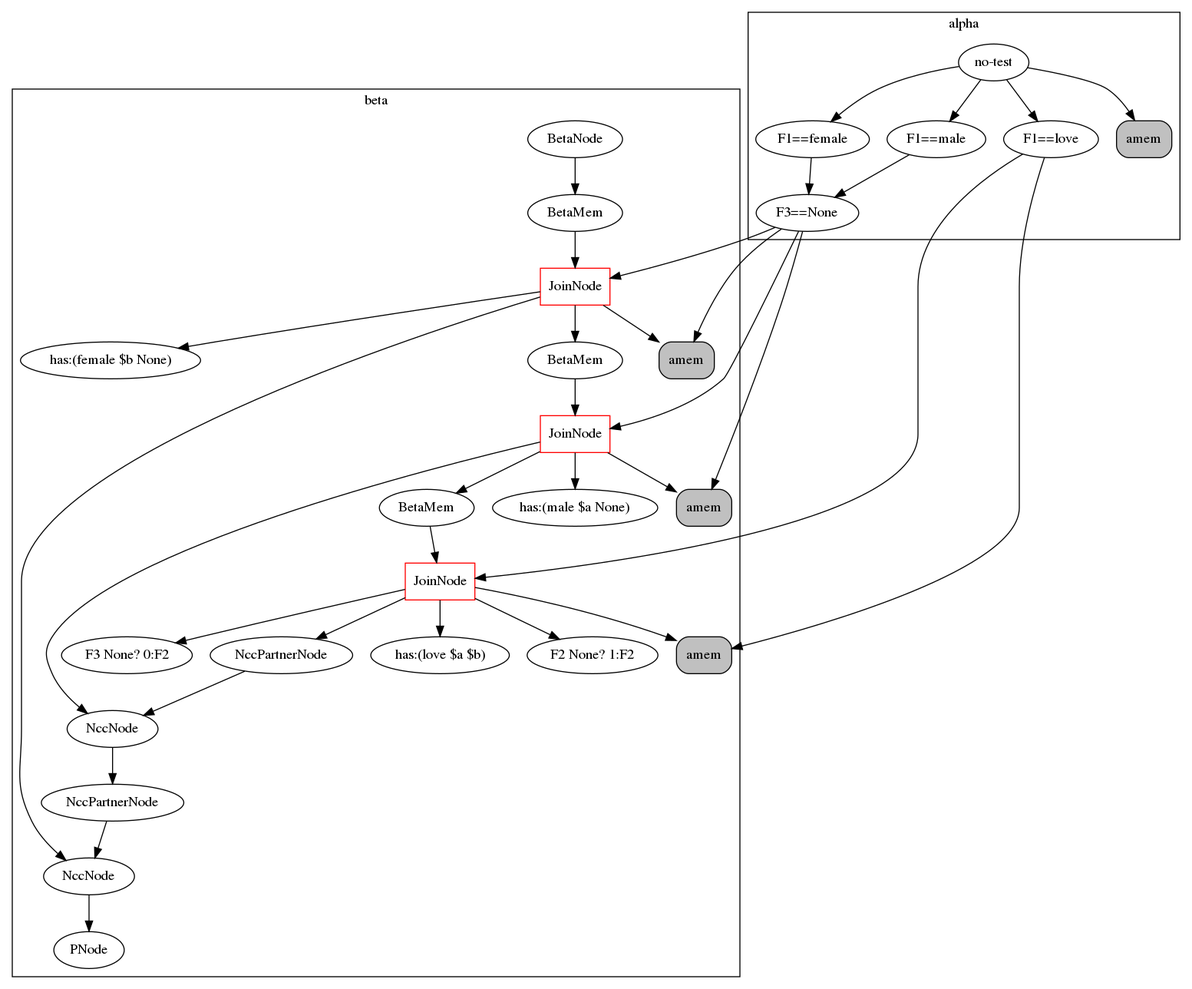
This is rete.png from Cybernetic1/GIRL, a Graphviz export, as it was before one commit. Its source is kept beside it as rete.dot. Its diagram source:
```dot
digraph {
	subgraph cluster_1 {
	label = beta
	"BetaNode 140283015437224" [label="BetaNode"];
	"BetaNode 140283015437224" -> "BetaMemory 140283015568016";
	"BetaMemory 140283015568016" [label="BetaMem"];
	"BetaMemory 140283015568016" -> "JoinNode 140283015568296";
	"JoinNode 140283015568296" [shape=box, color=red, label="JoinNode"];
	"JoinNode 140283015568296" -> "amem:<rete.alpha.AlphaMemory object at 0x7f962f4f9b70>"
	"JoinNode 140283015568296" -> "has:(female $b None)"
	"JoinNode 140283015568296" -> "BetaMemory 140283015568408";
	"BetaMemory 140283015568408" [label="BetaMem"];
	"BetaMemory 140283015568408" -> "JoinNode 140283015568632";
	"JoinNode 140283015568632" [shape=box, color=red, label="JoinNode"];
	"JoinNode 140283015568632" -> "amem:<rete.alpha.AlphaMemory object at 0x7f962f4f9cc0>"
	"JoinNode 140283015568632" -> "has:(male $a None)"
	"JoinNode 140283015568632" -> "BetaMemory 140283015568744";
	"BetaMemory 140283015568744" [label="BetaMem"];
	"BetaMemory 140283015568744" -> "JoinNode 140283015569024";
	"JoinNode 140283015569024" [shape=box, color=red, label="JoinNode"];
	"JoinNode 140283015569024" -> "amem:<rete.alpha.AlphaMemory object at 0x7f962f4f9dd8>"
	"JoinNode 140283015569024" -> "has:(love $a $b)"
	"JoinNode 140283015569024" -> "F2 None? 1:F2"
	"JoinNode 140283015569024" -> "F3 None? 0:F2"
	"JoinNode 140283015569024" -> "<rete.ncc_node.NccPartnerNode object at 0x7f962f4f9eb8>";
	"<rete.ncc_node.NccPartnerNode object at 0x7f962f4f9eb8>" [label="NccPartnerNode"];
	"<rete.ncc_node.NccPartnerNode object at 0x7f962f4f9eb8>" -> "<rete.ncc_node.NccNode object at 0x7f962f4f9d30>";
	"JoinNode 140283015568632" -> "<rete.ncc_node.NccNode object at 0x7f962f4f9d30>";
	"<rete.ncc_node.NccNode object at 0x7f962f4f9d30>" [label="NccNode"];
	"<rete.ncc_node.NccNode object at 0x7f962f4f9d30>" -> "<rete.ncc_node.NccPartnerNode object at 0x7f962f4f9ef0>";
	"<rete.ncc_node.NccPartnerNode object at 0x7f962f4f9ef0>" [label="NccPartnerNode"];
	"<rete.ncc_node.NccPartnerNode object at 0x7f962f4f9ef0>" -> "<rete.ncc_node.NccNode object at 0x7f962f4f9be0>";
	"JoinNode 140283015568296" -> "<rete.ncc_node.NccNode object at 0x7f962f4f9be0>";
	"<rete.ncc_node.NccNode object at 0x7f962f4f9be0>" [label="NccNode"];
	"<rete.ncc_node.NccNode object at 0x7f962f4f9be0>" -> "PNode 140283015567960";
	"PNode 140283015567960" [label="PNode"];
	}
	subgraph cluster_0 {
	label = alpha
	"no-test" -> "F1==female";
	"F1==female" -> "F3==None";
	"F3==None" -> "amem:<rete.alpha.AlphaMemory object at 0x7f962f4f9b70>";
	"amem:<rete.alpha.AlphaMemory object at 0x7f962f4f9b70>" [shape=box, style="rounded,filled", label="amem", fillcolor=gray];
	"no-test" -> "F1==male";
	"F1==male" -> "F3==None";
	"F3==None" -> "amem:<rete.alpha.AlphaMemory object at 0x7f962f4f9cc0>";
	"amem:<rete.alpha.AlphaMemory object at 0x7f962f4f9cc0>" [shape=box, style="rounded,filled", label="amem", fillcolor=gray];
	"no-test" -> "F1==love";
	"F1==love" -> "amem:<rete.alpha.AlphaMemory object at 0x7f962f4f9dd8>";
	"amem:<rete.alpha.AlphaMemory object at 0x7f962f4f9dd8>" [shape=box, style="rounded,filled", label="amem", fillcolor=gray];
	"no-test" -> "amem:<rete.alpha.AlphaMemory object at 0x7f962f4d9908>";
	"amem:<rete.alpha.AlphaMemory object at 0x7f962f4d9908>" [shape=box, style="rounded,filled", label="amem", fillcolor=gray];
	}
	"F3==None" -> "JoinNode 140283015568296";
	"F3==None" -> "JoinNode 140283015568632";
	"F1==love" -> "JoinNode 140283015569024";
}
```
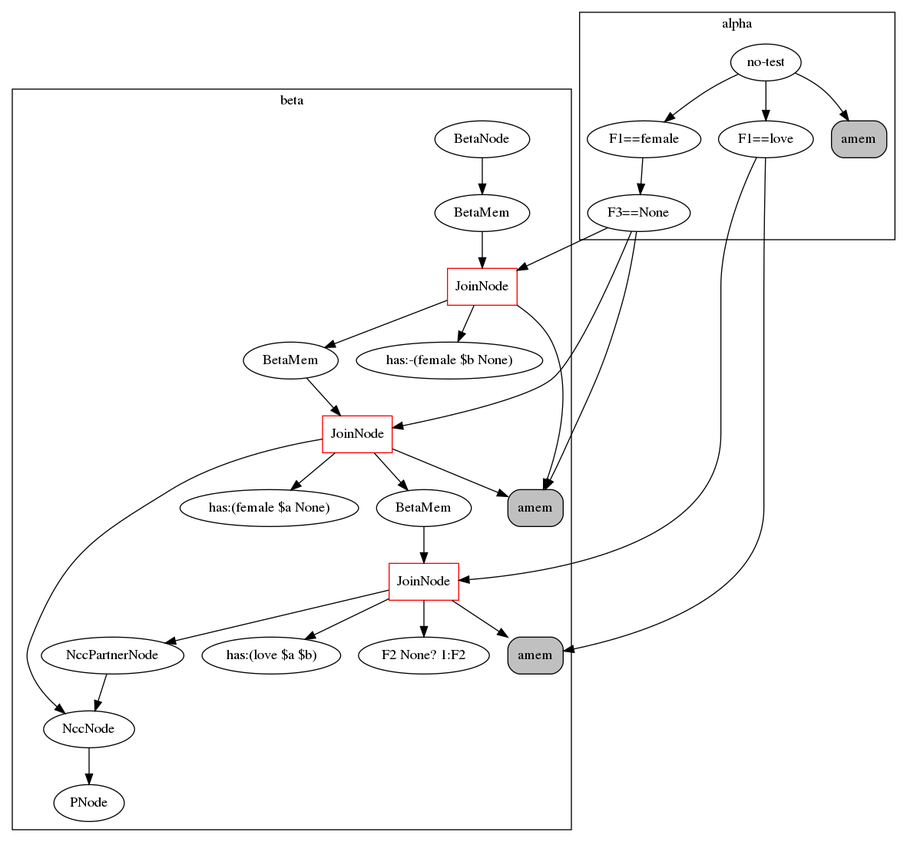
The same file after the commit.

The edit, as a diff of the source:
```diff
@@ -1,57 +1,47 @@
 digraph {
 	subgraph cluster_1 {
 	label = beta
-	"BetaNode 140283015437224" [label="BetaNode"];
-	"BetaNode 140283015437224" -> "BetaMemory 140283015568016";
-	"BetaMemory 140283015568016" [label="BetaMem"];
-	"BetaMemory 140283015568016" -> "JoinNode 140283015568296";
-	"JoinNode 140283015568296" [shape=box, color=red, label="JoinNode"];
-	"JoinNode 140283015568296" -> "amem:<rete.alpha.AlphaMemory object at 0x7f962f4f9b70>"
-	"JoinNode 140283015568296" -> "has:(female $b None)"
-	"JoinNode 140283015568296" -> "BetaMemory 140283015568408";
-	"BetaMemory 140283015568408" [label="BetaMem"];
-	"BetaMemory 140283015568408" -> "JoinNode 140283015568632";
-	"JoinNode 140283015568632" [shape=box, color=red, label="JoinNode"];
-	"JoinNode 140283015568632" -> "amem:<rete.alpha.AlphaMemory object at 0x7f962f4f9cc0>"
-	"JoinNode 140283015568632" -> "has:(male $a None)"
-	"JoinNode 140283015568632" -> "BetaMemory 140283015568744";
-	"BetaMemory 140283015568744" [label="BetaMem"];
-	"BetaMemory 140283015568744" -> "JoinNode 140283015569024";
-	"JoinNode 140283015569024" [shape=box, color=red, label="JoinNode"];
-	"JoinNode 140283015569024" -> "amem:<rete.alpha.AlphaMemory object at 0x7f962f4f9dd8>"
-	"JoinNode 140283015569024" -> "has:(love $a $b)"
-	"JoinNode 140283015569024" -> "F2 None? 1:F2"
-	"JoinNode 140283015569024" -> "F3 None? 0:F2"
-	"JoinNode 140283015569024" -> "<rete.ncc_node.NccPartnerNode object at 0x7f962f4f9eb8>";
-	"<rete.ncc_node.NccPartnerNode object at 0x7f962f4f9eb8>" [label="NccPartnerNode"];
-	"<rete.ncc_node.NccPartnerNode object at 0x7f962f4f9eb8>" -> "<rete.ncc_node.NccNode object at 0x7f962f4f9d30>";
-	"JoinNode 140283015568632" -> "<rete.ncc_node.NccNode object at 0x7f962f4f9d30>";
-	"<rete.ncc_node.NccNode object at 0x7f962f4f9d30>" [label="NccNode"];
-	"<rete.ncc_node.NccNode object at 0x7f962f4f9d30>" -> "<rete.ncc_node.NccPartnerNode object at 0x7f962f4f9ef0>";
-	"<rete.ncc_node.NccPartnerNode object at 0x7f962f4f9ef0>" [label="NccPartnerNode"];
-	"<rete.ncc_node.NccPartnerNode object at 0x7f962f4f9ef0>" -> "<rete.ncc_node.NccNode object at 0x7f962f4f9be0>";
-	"JoinNode 140283015568296" -> "<rete.ncc_node.NccNode object at 0x7f962f4f9be0>";
-	"<rete.ncc_node.NccNode object at 0x7f962f4f9be0>" [label="NccNode"];
-	"<rete.ncc_node.NccNode object at 0x7f962f4f9be0>" -> "PNode 140283015567960";
-	"PNode 140283015567960" [label="PNode"];
+	"BetaNode 140634636308040" [label="BetaNode"];
+	"BetaNode 140634636308040" -> "BetaMemory 140634636422840";
+	"BetaMemory 140634636422840" [label="BetaMem"];
+	"BetaMemory 140634636422840" -> "JoinNode 140634636423120";
+	"JoinNode 140634636423120" [shape=box, color=red, label="JoinNode"];
+	"JoinNode 140634636423120" -> "amem:<rete.alpha.AlphaMemory object at 0x7fe80d8c0f98>"
+	"JoinNode 140634636423120" -> "has:-(female $b None)"
+	"JoinNode 140634636423120" -> "BetaMemory 140634636464200";
+	"BetaMemory 140634636464200" [label="BetaMem"];
+	"BetaMemory 140634636464200" -> "JoinNode 140634636464256";
+	"JoinNode 140634636464256" [shape=box, color=red, label="JoinNode"];
+	"JoinNode 140634636464256" -> "amem:<rete.alpha.AlphaMemory object at 0x7fe80d8c0f98>"
+	"JoinNode 140634636464256" -> "has:(female $a None)"
+	"JoinNode 140634636464256" -> "BetaMemory 140634636464368";
+	"BetaMemory 140634636464368" [label="BetaMem"];
+	"BetaMemory 140634636464368" -> "JoinNode 140634636464592";
+	"JoinNode 140634636464592" [shape=box, color=red, label="JoinNode"];
+	"JoinNode 140634636464592" -> "amem:<rete.alpha.AlphaMemory object at 0x7fe80d8cb160>"
+	"JoinNode 140634636464592" -> "has:(love $a $b)"
+	"JoinNode 140634636464592" -> "F2 None? 1:F2"
+	"JoinNode 140634636464592" -> "<rete.ncc_node.NccPartnerNode object at 0x7fe80d8cb208>";
+	"<rete.ncc_node.NccPartnerNode object at 0x7fe80d8cb208>" [label="NccPartnerNode"];
+	"<rete.ncc_node.NccPartnerNode object at 0x7fe80d8cb208>" -> "<rete.ncc_node.NccNode object at 0x7fe80d8cb0b8>";
+	"JoinNode 140634636464256" -> "<rete.ncc_node.NccNode object at 0x7fe80d8cb0b8>";
+	"<rete.ncc_node.NccNode object at 0x7fe80d8cb0b8>" [label="NccNode"];
+	"<rete.ncc_node.NccNode object at 0x7fe80d8cb0b8>" -> "PNode 140634636422784";
+	"PNode 140634636422784" [label="PNode"];
 	}
 	subgraph cluster_0 {
 	label = alpha
 	"no-test" -> "F1==female";
 	"F1==female" -> "F3==None";
-	"F3==None" -> "amem:<rete.alpha.AlphaMemory object at 0x7f962f4f9b70>";
-	"amem:<rete.alpha.AlphaMemory object at 0x7f962f4f9b70>" [shape=box, style="rounded,filled", label="amem", fillcolor=gray];
-	"no-test" -> "F1==male";
-	"F1==male" -> "F3==None";
-	"F3==None" -> "amem:<rete.alpha.AlphaMemory object at 0x7f962f4f9cc0>";
-	"amem:<rete.alpha.AlphaMemory object at 0x7f962f4f9cc0>" [shape=box, style="rounded,filled", label="amem", fillcolor=gray];
+	"F3==None" -> "amem:<rete.alpha.AlphaMemory object at 0x7fe80d8c0f98>";
+	"amem:<rete.alpha.AlphaMemory object at 0x7fe80d8c0f98>" [shape=box, style="rounded,filled", label="amem", fillcolor=gray];
 	"no-test" -> "F1==love";
-	"F1==love" -> "amem:<rete.alpha.AlphaMemory object at 0x7f962f4f9dd8>";
-	"amem:<rete.alpha.AlphaMemory object at 0x7f962f4f9dd8>" [shape=box, style="rounded,filled", label="amem", fillcolor=gray];
-	"no-test" -> "amem:<rete.alpha.AlphaMemory object at 0x7f962f4d9908>";
-	"amem:<rete.alpha.AlphaMemory object at 0x7f962f4d9908>" [shape=box, style="rounded,filled", label="amem", fillcolor=gray];
+	"F1==love" -> "amem:<rete.alpha.AlphaMemory object at 0x7fe80d8cb160>";
+	"amem:<rete.alpha.AlphaMemory object at 0x7fe80d8cb160>" [shape=box, style="rounded,filled", label="amem", fillcolor=gray];
+	"no-test" -> "amem:<rete.alpha.AlphaMemory object at 0x7fe80d8a4d68>";
+	"amem:<rete.alpha.AlphaMemory object at 0x7fe80d8a4d68>" [shape=box, style="rounded,filled", label="amem", fillcolor=gray];
 	}
-	"F3==None" -> "JoinNode 140283015568296";
-	"F3==None" -> "JoinNode 140283015568632";
-	"F1==love" -> "JoinNode 140283015569024";
+	"F3==None" -> "JoinNode 140634636423120";
+	"F3==None" -> "JoinNode 140634636464256";
+	"F1==love" -> "JoinNode 140634636464592";
 }
```
